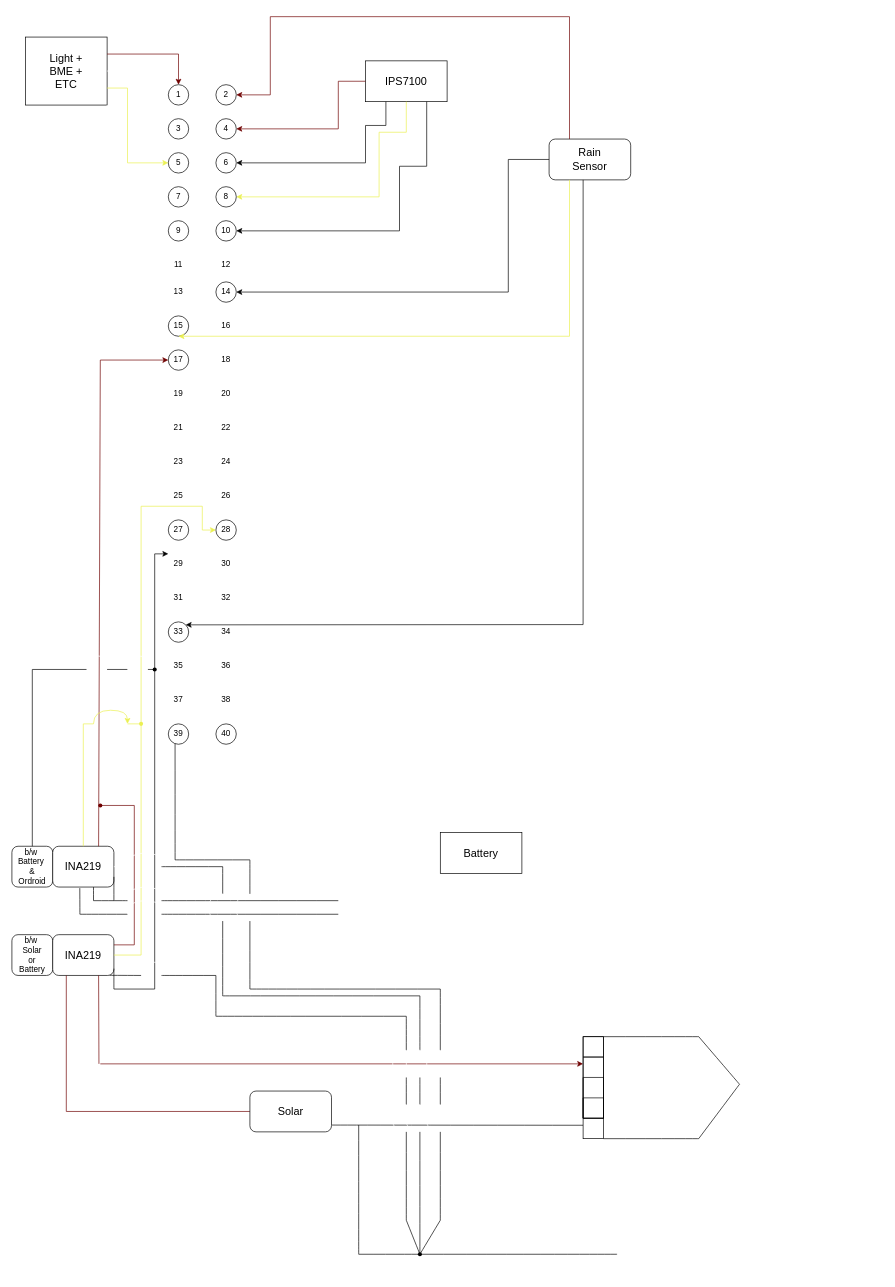
Before: linux/MINTS-SoloNode-Schematic.drawio in VA-24/instructables, a draw.io diagram. Source tidied: cells renumbered, new cells numbered last; positions are measured from the earlier drawing's top-left corner, leaving out a move shared by most shapes. Both pictures are drawn from the tidied source at 68%, with x=0, y=0 at pixel (12, 16).
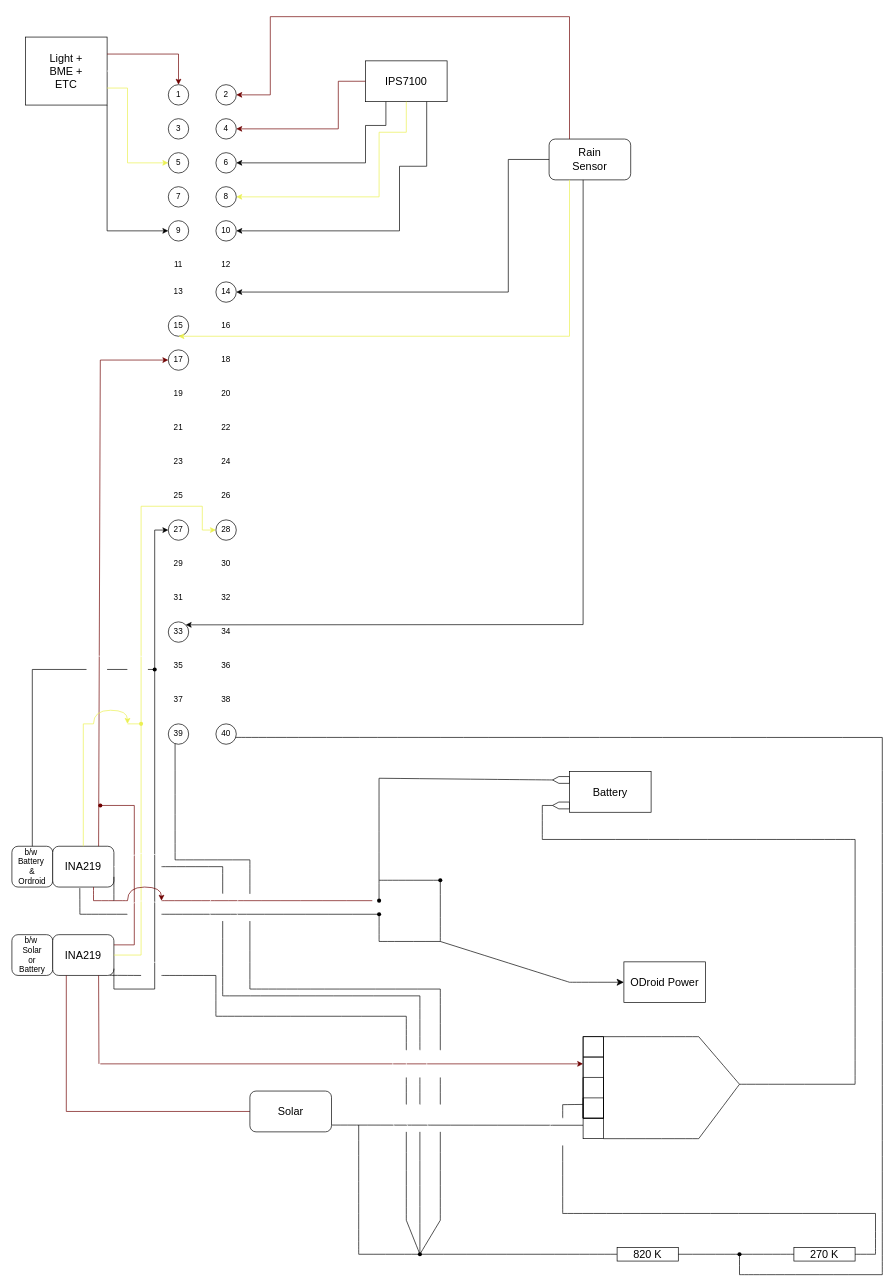
Above is the later version.

The change refers to these unchanged cells:
```xml
<mxCell id="2" style="rounded=0;whiteSpace=wrap;html=1;" parent="1" vertex="1">
  <mxGeometry x="20" y="30" width="120" height="100" as="geometry" />
</mxCell>
<mxCell id="11" style="ellipse;whiteSpace=wrap;html=1;" parent="1" vertex="1">
  <mxGeometry x="230" y="300" width="30" height="30" as="geometry" />
</mxCell>
<mxCell id="59" style="ellipse;whiteSpace=wrap;html=1;" parent="1" vertex="1">
  <mxGeometry x="230" y="740" width="30" height="30" as="geometry" />
</mxCell>
<mxCell id="77" value="40" style="ellipse;whiteSpace=wrap;html=1;" parent="1" vertex="1">
  <mxGeometry x="300" y="1040" width="30" height="30" as="geometry" />
</mxCell>
<mxCell id="79" value="&lt;font style=&quot;font-size: 16px;&quot;&gt;INA219&lt;/font&gt;" style="rounded=1;whiteSpace=wrap;html=1;" parent="1" vertex="1">
  <mxGeometry x="60" y="1220" width="90" height="60" as="geometry" />
</mxCell>
<mxCell id="146" style="swimlane;startSize=0;fontSize=16;" parent="145" vertex="1">
  <mxGeometry y="30" width="30" height="30" as="geometry" />
</mxCell>
```

Diff of the diagram source:
```diff
@@
+    <mxCell id="166" style="shape=offPageConnector;whiteSpace=wrap;html=1;fontSize=16;rotation=90;" parent="1" vertex="1">
+      <mxGeometry x="802.5" y="1147.5" width="10" height="25" as="geometry" />
+    </mxCell>
@@
-    <mxCell id="7" style="endArrow=classic;html=1;rounded=0;exitX=1;exitY=1;exitDx=0;exitDy=0;entryX=0;entryY=0.5;entryDx=0;entryDy=0;fillColor=#1ba1e2;strokeColor=#FFFFFF;" parent="1" edge="1" source="2" target="11">
+    <mxCell id="7" style="endArrow=classic;html=1;rounded=0;exitX=1;exitY=1;exitDx=0;exitDy=0;entryX=0;entryY=0.5;entryDx=0;entryDy=0;strokeColor=#000000;" parent="1" edge="1" source="2" target="11">
       <mxGeometry relative="1" as="geometry">
         <Array as="points">
           <mxPoint x="140" y="315" />
         </Array>
       </mxGeometry>
     </mxCell>
@@
-    <mxCell id="84" style="endArrow=classic;html=1;rounded=0;exitX=1;exitY=0.75;exitDx=0;exitDy=0;entryX=0;entryY=0.5;entryDx=0;entryDy=0;" parent="1" edge="1">
+    <mxCell id="84" style="endArrow=classic;html=1;rounded=0;exitX=1;exitY=0.75;exitDx=0;exitDy=0;entryX=0;entryY=0.5;entryDx=0;entryDy=0;" parent="1" edge="1" target="59">
       <mxGeometry relative="1" as="geometry">
         <mxPoint x="150" y="1430" as="sourcePoint" />
-        <mxPoint x="230" y="790" as="targetPoint" />
         <Array as="points">
           <mxPoint x="210" y="1430" />
-          <mxPoint x="210" y="790" />
+          <mxPoint x="210" y="755" />
         </Array>
       </mxGeometry>
     </mxCell>
@@
     <mxCell id="103" value="&lt;font style=&quot;font-size: 16px;&quot;&gt;Battery&lt;/font&gt;" style="rounded=0;whiteSpace=wrap;html=1;" parent="1" vertex="1">
-      <mxGeometry x="630" y="1200" width="120" height="60" as="geometry" />
+      <mxGeometry x="820" y="1110" width="120" height="60" as="geometry" />
     </mxCell>
@@
-    <mxCell id="109" style="endArrow=none;html=1;rounded=0;fontSize=12;startSize=8;endSize=8;curved=1;" parent="1" edge="1">
+    <mxCell id="109" style="endArrow=none;html=1;rounded=0;fontSize=12;startSize=8;endSize=8;curved=1;fillColor=#a20025;strokeColor=#6F0000;" parent="1" edge="1">
       <mxGeometry relative="1" as="geometry">
         <mxPoint x="220" y="1300" as="sourcePoint" />
-        <mxPoint x="480" y="1300" as="targetPoint" />
+        <mxPoint x="530" y="1300" as="targetPoint" />
       </mxGeometry>
     </mxCell>
-    <mxCell id="110" style="endArrow=none;html=1;rounded=0;fontSize=12;startSize=8;endSize=8;curved=1;exitX=0.667;exitY=1;exitDx=0;exitDy=0;exitPerimeter=0;" parent="1" edge="1" source="79">
+    <mxCell id="110" style="endArrow=none;html=1;rounded=0;fontSize=12;startSize=8;endSize=8;curved=1;exitX=0.667;exitY=1;exitDx=0;exitDy=0;exitPerimeter=0;fillColor=#a20025;strokeColor=#6F0000;" parent="1" edge="1" source="79">
       <mxGeometry relative="1" as="geometry">
         <mxPoint x="120" y="1300" as="targetPoint" />
       </mxGeometry>
     </mxCell>
-    <mxCell id="111" style="curved=1;endArrow=classic;html=1;rounded=0;strokeColor=#FFFFFF;fillColor=#1ba1e2;" parent="1" edge="1">
+    <mxCell id="111" style="curved=1;endArrow=classic;html=1;rounded=0;strokeColor=#6F0000;fillColor=#a20025;" parent="1" edge="1">
       <mxGeometry relative="1" as="geometry">
         <mxPoint x="170" y="1300" as="sourcePoint" />
         <mxPoint x="220" y="1300" as="targetPoint" />
         <Array as="points">
           <mxPoint x="170" y="1280" />
           <mxPoint x="220" y="1280" />
         </Array>
       </mxGeometry>
     </mxCell>
-    <mxCell id="112" style="endArrow=none;html=1;rounded=0;fontSize=12;startSize=8;endSize=8;curved=1;" parent="1" edge="1">
+    <mxCell id="112" style="endArrow=none;html=1;rounded=0;fontSize=12;startSize=8;endSize=8;curved=1;fillColor=#a20025;strokeColor=#6F0000;" parent="1" edge="1">
       <mxGeometry relative="1" as="geometry">
         <mxPoint x="170" y="1300" as="sourcePoint" />
         <mxPoint x="120" y="1300" as="targetPoint" />
       </mxGeometry>
     </mxCell>
@@
     <mxCell id="117" style="endArrow=none;html=1;rounded=0;fontSize=12;startSize=8;endSize=8;curved=1;" parent="1" edge="1">
       <mxGeometry relative="1" as="geometry">
         <mxPoint x="220" y="1320" as="sourcePoint" />
-        <mxPoint x="480" y="1320" as="targetPoint" />
+        <mxPoint x="540" y="1320" as="targetPoint" />
       </mxGeometry>
     </mxCell>
@@
+    <mxCell id="167" value="820 K" style="rounded=0;whiteSpace=wrap;html=1;fontSize=16;" parent="1" vertex="1">
+      <mxGeometry x="890" y="1810" width="90" height="20" as="geometry" />
+    </mxCell>
+    <mxCell id="168" style="endArrow=none;html=1;rounded=0;fontSize=12;startSize=8;endSize=8;curved=1;entryX=1;entryY=0.5;entryDx=0;entryDy=0;" parent="1" edge="1" source="172" target="167">
+      <mxGeometry relative="1" as="geometry" />
+    </mxCell>
+    <mxCell id="169" value="270 K" style="rounded=0;whiteSpace=wrap;html=1;fontSize=16;" parent="1" vertex="1">
+      <mxGeometry x="1150" y="1810" width="90" height="20" as="geometry" />
+    </mxCell>
+    <mxCell id="170" style="endArrow=none;html=1;rounded=0;fontSize=12;startSize=8;endSize=8;curved=1;" parent="1" edge="1">
+      <mxGeometry relative="1" as="geometry">
+        <mxPoint x="1070" y="1820" as="sourcePoint" />
+        <mxPoint x="1070" y="1850" as="targetPoint" />
+      </mxGeometry>
+    </mxCell>
+    <mxCell id="171" style="endArrow=none;html=1;rounded=0;fontSize=12;startSize=8;endSize=8;curved=1;entryDx=0;entryDy=0;" parent="1" edge="1" target="172">
+      <mxGeometry relative="1" as="geometry">
+        <mxPoint x="1150" y="1820" as="sourcePoint" />
+      </mxGeometry>
+    </mxCell>
+    <mxCell id="172" style="shape=waypoint;sketch=0;fillStyle=solid;size=6;points=[];fillColor=none;perimeter=centerPerimeter;snapToPoint=1;fontSize=16;" parent="1" vertex="1">
+      <mxGeometry x="1060" y="1810" width="20" height="20" as="geometry" />
+    </mxCell>
+    <mxCell id="173" style="endArrow=none;html=1;rounded=0;fontSize=12;startSize=8;endSize=8;curved=1;" parent="1" edge="1">
+      <mxGeometry relative="1" as="geometry">
+        <mxPoint x="810" y="1620" as="sourcePoint" />
+        <mxPoint x="810" y="1600" as="targetPoint" />
+      </mxGeometry>
+    </mxCell>
+    <mxCell id="174" style="curved=1;endArrow=classic;html=1;rounded=0;strokeColor=#FFFFFF;fillColor=#1ba1e2;" parent="1" edge="1">
+      <mxGeometry relative="1" as="geometry">
+        <mxPoint x="810" y="1620" as="sourcePoint" />
+        <mxPoint x="810" y="1660" as="targetPoint" />
+        <Array as="points">
+          <mxPoint x="790" y="1620" />
+          <mxPoint x="790" y="1660" />
+        </Array>
+      </mxGeometry>
+    </mxCell>
+    <mxCell id="175" style="endArrow=none;html=1;rounded=0;fontSize=12;startSize=8;endSize=8;curved=1;" parent="1" edge="1">
+      <mxGeometry relative="1" as="geometry">
+        <mxPoint x="810" y="1760" as="sourcePoint" />
+        <mxPoint x="810" y="1660" as="targetPoint" />
+      </mxGeometry>
+    </mxCell>
+    <mxCell id="176" style="endArrow=none;html=1;rounded=0;fontSize=12;startSize=8;endSize=8;curved=1;" parent="1" edge="1">
+      <mxGeometry relative="1" as="geometry">
+        <mxPoint x="810" y="1760" as="sourcePoint" />
+        <mxPoint x="1270" y="1760" as="targetPoint" />
+      </mxGeometry>
+    </mxCell>
+    <mxCell id="177" style="endArrow=none;html=1;rounded=0;fontSize=12;startSize=8;endSize=8;curved=1;" parent="1" edge="1">
+      <mxGeometry relative="1" as="geometry">
+        <mxPoint x="1270" y="1820" as="sourcePoint" />
+        <mxPoint x="1270" y="1760" as="targetPoint" />
+      </mxGeometry>
+    </mxCell>
+    <mxCell id="178" style="endArrow=none;html=1;rounded=0;fontSize=12;startSize=8;endSize=8;curved=1;exitX=1;exitY=0.5;exitDx=0;exitDy=0;" parent="1" edge="1" source="169">
+      <mxGeometry relative="1" as="geometry">
+        <mxPoint x="1270" y="1820" as="targetPoint" />
+      </mxGeometry>
+    </mxCell>
+    <mxCell id="179" style="endArrow=none;html=1;rounded=0;fontSize=12;startSize=8;endSize=8;curved=1;entryX=-0.006;entryY=0.322;entryDx=0;entryDy=0;entryPerimeter=0;" parent="1" edge="1" target="146">
+      <mxGeometry relative="1" as="geometry">
+        <mxPoint x="810" y="1600" as="sourcePoint" />
+      </mxGeometry>
+    </mxCell>
+    <mxCell id="180" style="endArrow=none;html=1;rounded=0;fontSize=12;startSize=8;endSize=8;curved=1;exitX=0.962;exitY=0.664;exitDx=0;exitDy=0;exitPerimeter=0;" parent="1" edge="1" source="77">
+      <mxGeometry relative="1" as="geometry">
+        <mxPoint x="1280" y="1060" as="targetPoint" />
+      </mxGeometry>
+    </mxCell>
+    <mxCell id="181" style="endArrow=none;html=1;rounded=0;fontSize=12;startSize=8;endSize=8;curved=1;" parent="1" edge="1">
+      <mxGeometry relative="1" as="geometry">
+        <mxPoint x="1280" y="1850" as="sourcePoint" />
+        <mxPoint x="1280" y="1060" as="targetPoint" />
+      </mxGeometry>
+    </mxCell>
+    <mxCell id="182" style="endArrow=none;html=1;rounded=0;fontSize=12;startSize=8;endSize=8;curved=1;" parent="1" edge="1">
+      <mxGeometry relative="1" as="geometry">
+        <mxPoint x="1070" y="1850" as="sourcePoint" />
+        <mxPoint x="1280" y="1850" as="targetPoint" />
+      </mxGeometry>
+    </mxCell>
+    <mxCell id="183" style="endArrow=none;html=1;rounded=0;fontSize=12;startSize=8;endSize=8;curved=1;" parent="1" edge="1">
+      <mxGeometry relative="1" as="geometry">
+        <mxPoint x="780" y="1210" as="sourcePoint" />
+        <mxPoint x="780" y="1160" as="targetPoint" />
+      </mxGeometry>
+    </mxCell>
+    <mxCell id="184" style="endArrow=none;html=1;rounded=0;fontSize=12;startSize=8;endSize=8;curved=1;" parent="1" edge="1">
+      <mxGeometry relative="1" as="geometry">
+        <mxPoint x="1240" y="1210" as="sourcePoint" />
+        <mxPoint x="780" y="1210" as="targetPoint" />
+      </mxGeometry>
+    </mxCell>
+    <mxCell id="185" style="endArrow=none;html=1;rounded=0;fontSize=12;startSize=8;endSize=8;curved=1;" parent="1" edge="1">
+      <mxGeometry relative="1" as="geometry">
+        <mxPoint x="1240" y="1570" as="sourcePoint" />
+        <mxPoint x="1240" y="1210" as="targetPoint" />
+      </mxGeometry>
+    </mxCell>
+    <mxCell id="186" style="endArrow=none;html=1;rounded=0;fontSize=12;startSize=8;endSize=8;curved=1;" parent="1" edge="1">
+      <mxGeometry relative="1" as="geometry">
+        <mxPoint x="1070" y="1570" as="sourcePoint" />
+        <mxPoint x="1240" y="1570" as="targetPoint" />
+      </mxGeometry>
+    </mxCell>
+    <mxCell id="187" value="ODroid Power" style="rounded=0;whiteSpace=wrap;html=1;fontSize=16;" parent="1" vertex="1">
+      <mxGeometry x="900" y="1390" width="120" height="60" as="geometry" />
+    </mxCell>
+    <mxCell id="188" style="endArrow=none;html=1;rounded=0;fontSize=12;startSize=8;endSize=8;curved=1;" parent="1" edge="1">
+      <mxGeometry relative="1" as="geometry">
+        <mxPoint x="820" y="1420" as="sourcePoint" />
+        <mxPoint x="630" y="1360" as="targetPoint" />
+      </mxGeometry>
+    </mxCell>
+    <mxCell id="189" style="endArrow=classic;html=1;rounded=0;fontSize=12;startSize=8;endSize=8;curved=1;entryX=0;entryY=0.5;entryDx=0;entryDy=0;" parent="1" edge="1" target="187">
+      <mxGeometry relative="1" as="geometry">
+        <mxPoint x="820" y="1420" as="sourcePoint" />
+      </mxGeometry>
+    </mxCell>
+    <mxCell id="190" style="endArrow=none;html=1;rounded=0;fontSize=12;startSize=8;endSize=8;curved=1;entryX=0.5;entryY=1;entryDx=0;entryDy=0;" parent="1" edge="1" target="166">
+      <mxGeometry relative="1" as="geometry">
+        <mxPoint x="780" y="1160" as="sourcePoint" />
+      </mxGeometry>
+    </mxCell>
+    <mxCell id="191" style="shape=offPageConnector;whiteSpace=wrap;html=1;fontSize=16;rotation=90;" parent="1" vertex="1">
+      <mxGeometry x="802.5" y="1110" width="10" height="25" as="geometry" />
+    </mxCell>
+    <mxCell id="192" style="endArrow=none;html=1;rounded=0;fontSize=12;startSize=8;endSize=8;curved=1;" parent="1" edge="1" source="197">
+      <mxGeometry relative="1" as="geometry">
+        <mxPoint x="540" y="1320" as="targetPoint" />
+      </mxGeometry>
+    </mxCell>
+    <mxCell id="193" style="endArrow=none;html=1;rounded=0;fontSize=12;startSize=8;endSize=8;curved=1;" parent="1" edge="1" source="200">
+      <mxGeometry relative="1" as="geometry">
+        <mxPoint x="590" y="1270" as="targetPoint" />
+      </mxGeometry>
+    </mxCell>
+    <mxCell id="194" style="endArrow=none;html=1;rounded=0;fontSize=12;startSize=8;endSize=8;curved=1;" parent="1" edge="1">
+      <mxGeometry relative="1" as="geometry">
+        <mxPoint x="539.9" y="1300" as="sourcePoint" />
+        <mxPoint x="539.9" y="1120" as="targetPoint" />
+      </mxGeometry>
+    </mxCell>
+    <mxCell id="195" style="shape=waypoint;sketch=0;fillStyle=solid;size=6;fillColor=none;perimeter=centerPerimeter;fontSize=16;" parent="1" vertex="1">
+      <mxGeometry x="530" y="1290" width="20" height="20" as="geometry" />
+    </mxCell>
+    <mxCell id="196" style="endArrow=none;html=1;rounded=0;fontSize=12;startSize=8;endSize=8;curved=1;" parent="1" edge="1" target="197">
+      <mxGeometry relative="1" as="geometry">
+        <mxPoint x="540" y="1360" as="sourcePoint" />
+      </mxGeometry>
+    </mxCell>
+    <mxCell id="197" style="shape=waypoint;sketch=0;fillStyle=solid;size=6;points=[];fillColor=none;perimeter=centerPerimeter;snapToPoint=1;fontSize=16;" parent="1" vertex="1">
+      <mxGeometry x="530" y="1310" width="20" height="20" as="geometry" />
+    </mxCell>
+    <mxCell id="198" style="endArrow=none;html=1;rounded=0;fontSize=12;startSize=8;endSize=8;curved=1;" parent="1" edge="1">
+      <mxGeometry relative="1" as="geometry">
+        <mxPoint x="540" y="1270" as="sourcePoint" />
+        <mxPoint x="590" y="1270" as="targetPoint" />
+      </mxGeometry>
+    </mxCell>
+    <mxCell id="199" style="endArrow=none;html=1;rounded=0;fontSize=12;startSize=8;endSize=8;curved=1;" parent="1" edge="1" target="200">
+      <mxGeometry relative="1" as="geometry">
+        <mxPoint x="630" y="1360" as="sourcePoint" />
+      </mxGeometry>
+    </mxCell>
+    <mxCell id="200" style="shape=waypoint;sketch=0;fillStyle=solid;size=6;points=[];fillColor=none;perimeter=centerPerimeter;snapToPoint=1;fontSize=16;" parent="1" vertex="1">
+      <mxGeometry x="620" y="1260" width="20" height="20" as="geometry" />
+    </mxCell>
+    <mxCell id="201" style="endArrow=none;html=1;rounded=0;fontSize=12;startSize=8;endSize=8;curved=1;" parent="1" edge="1">
+      <mxGeometry relative="1" as="geometry">
+        <mxPoint x="540" y="1360" as="sourcePoint" />
+        <mxPoint x="630" y="1360" as="targetPoint" />
+      </mxGeometry>
+    </mxCell>
+    <mxCell id="202" style="endArrow=none;html=1;rounded=0;fontSize=12;startSize=8;endSize=8;curved=1;exitX=0.5;exitY=1;exitDx=0;exitDy=0;" parent="1" edge="1" source="191">
+      <mxGeometry relative="1" as="geometry">
+        <mxPoint x="540" y="1120" as="targetPoint" />
+      </mxGeometry>
+    </mxCell>
```
